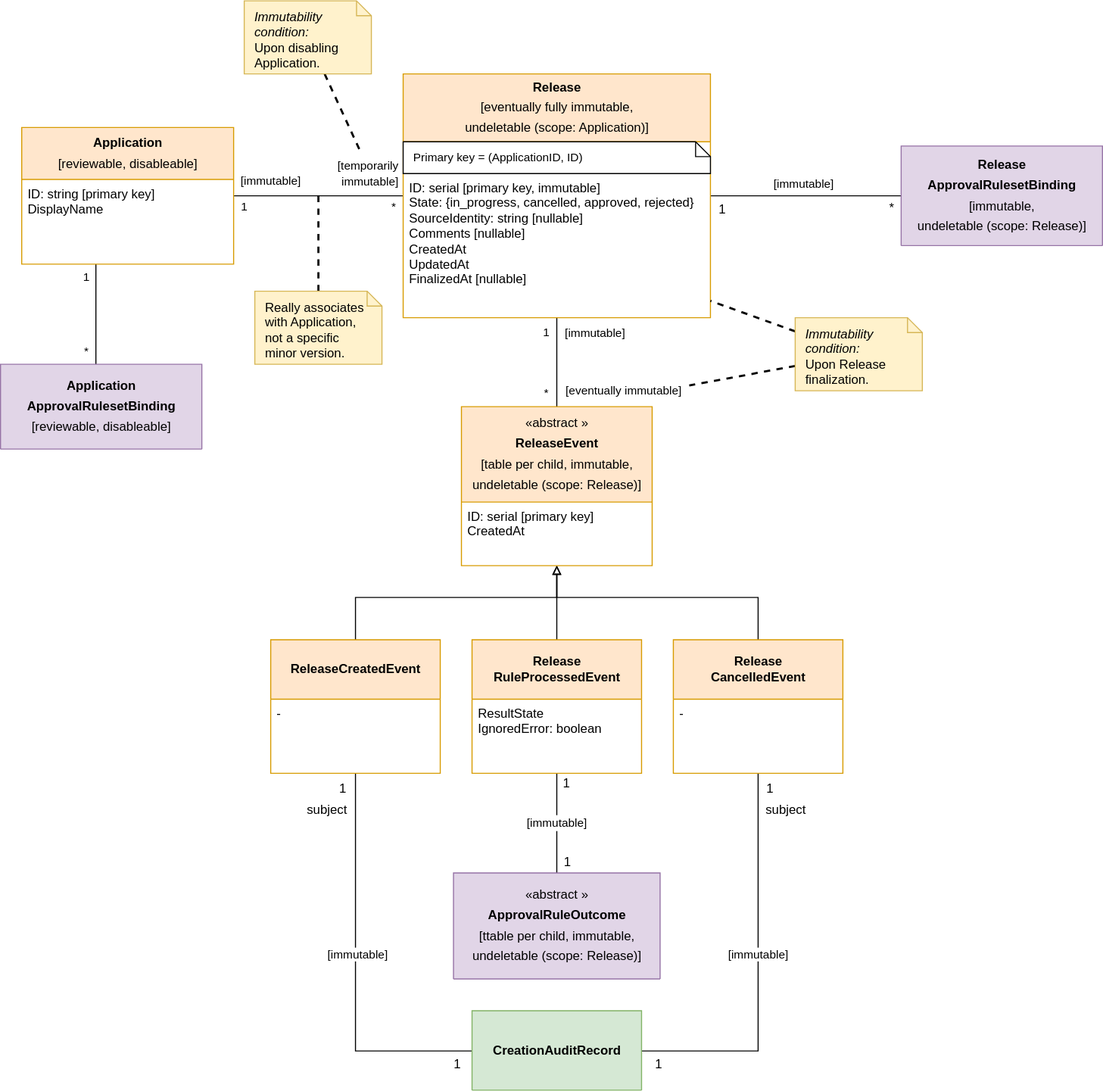
The draw.io diagram devdocs/applications-releases-and-related.drawio.svg in fullstaq-labs/sqedule, before a commit. Source tidied: cells renumbered, new cells last; positions are measured from the earlier drawing's top-left corner, leaving out a move shared by most shapes.
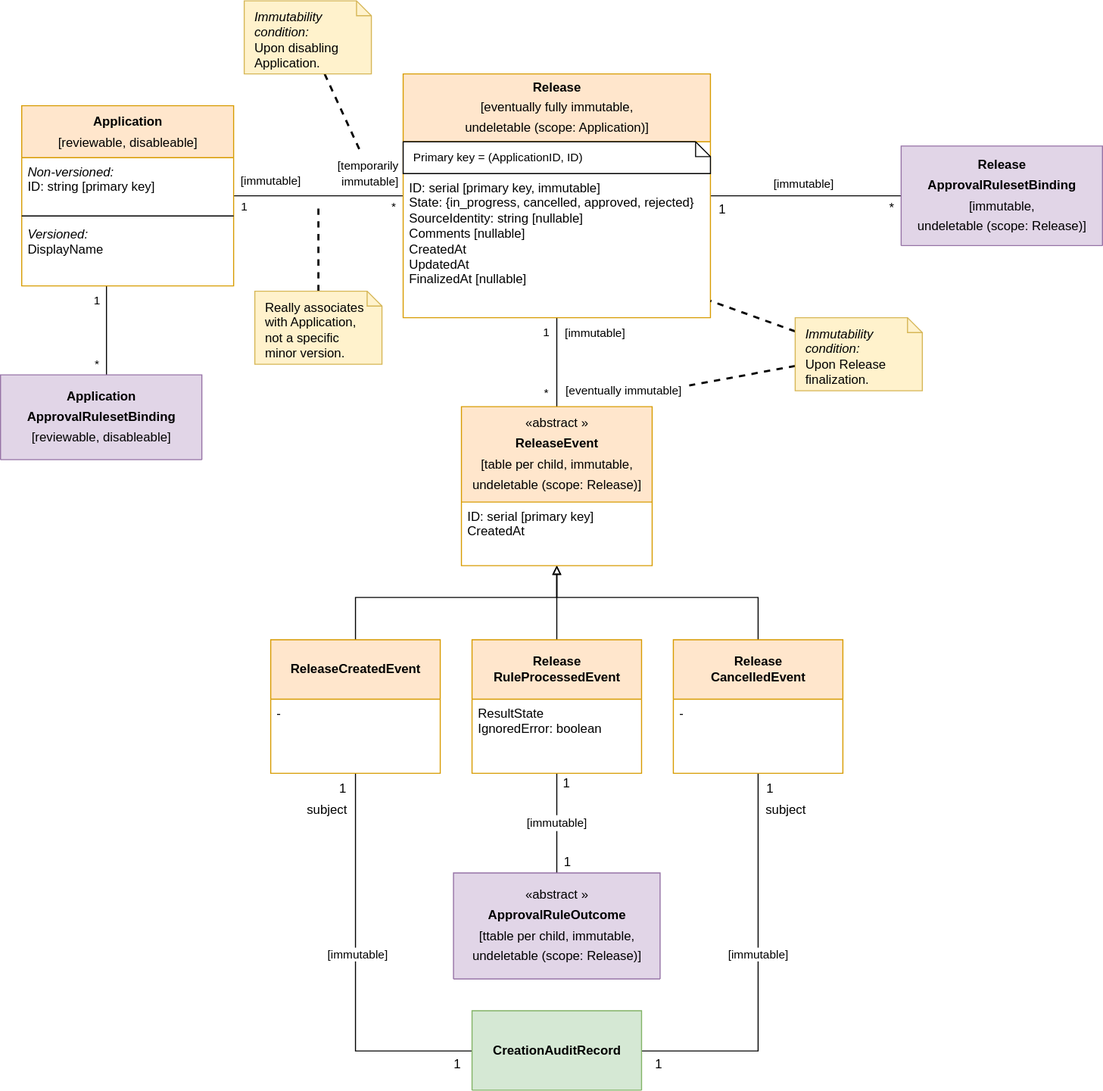
After the commit.

Commit message:
Clearly separate versioned and non-versioned fields in Reviewable's simple notation

Diff of the diagram source:
```diff
@@ -70,14 +70,14 @@
     <mxCell id="15" style="edgeStyle=orthogonalEdgeStyle;rounded=0;jettySize=auto;html=1;endArrow=none;endFill=0;strokeColor=#000000;strokeWidth=1;fontSize=11;" parent="1" edge="1" source="31" target="33">
       <mxGeometry relative="1" as="geometry">
         <Array as="points">
-          <mxPoint x="90" y="283" />
-          <mxPoint x="90" y="283" />
+          <mxPoint x="100" y="303" />
+          <mxPoint x="100" y="303" />
         </Array>
       </mxGeometry>
     </mxCell>
     <mxCell id="16" value="1" style="edgeLabel;html=1;align=center;verticalAlign=middle;fontSize=11;" parent="15" vertex="1">
       <mxGeometry x="-0.84" y="-3" relative="1" as="geometry">
-        <mxPoint x="-7" y="4" as="offset" />
+        <mxPoint x="-7" y="6" as="offset" />
       </mxGeometry>
     </mxCell>
     <mxCell id="17" value="*" style="edgeLabel;html=1;align=center;verticalAlign=middle;fontSize=11;" parent="15" vertex="1">
@@ -151,13 +151,19 @@
       </mxGeometry>
     </mxCell>
     <mxCell id="31" value="&lt;span style=&quot;line-height: 160%&quot;&gt;&lt;b&gt;Application&lt;/b&gt;&lt;br&gt;[reviewable, disableable]&lt;br&gt;&lt;/span&gt;" style="swimlane;fontStyle=0;horizontal=1;startSize=49;fillColor=#ffe6cc;strokeColor=#d79b00;swimlaneFillColor=#ffffff;gradientColor=none;html=1;" parent="1" vertex="1">
-      <mxGeometry x="20" y="119.5" width="200" height="129" as="geometry" />
+      <mxGeometry x="20" y="99" width="200" height="170" as="geometry" />
     </mxCell>
-    <mxCell id="32" value="ID: string [primary key]&#10;DisplayName" style="text;strokeColor=none;fillColor=none;align=left;verticalAlign=top;spacingLeft=4;spacingRight=4;overflow=hidden;whiteSpace=wrap;" parent="31" vertex="1">
-      <mxGeometry y="49" width="200" height="80" as="geometry" />
+    <mxCell id="32" value="&lt;i&gt;Non-versioned:&lt;/i&gt;&lt;br&gt;ID: string [primary key]" style="text;strokeColor=none;fillColor=none;align=left;verticalAlign=top;spacingLeft=4;spacingRight=4;overflow=hidden;whiteSpace=wrap;html=1;" parent="31" vertex="1">
+      <mxGeometry y="49" width="200" height="51" as="geometry" />
     </mxCell>
+    <mxCell id="59" style="line;strokeWidth=1;fillColor=none;align=left;verticalAlign=middle;spacingTop=-1;spacingLeft=3;spacingRight=3;labelPosition=right;" parent="31" vertex="1">
+      <mxGeometry y="100" width="200" height="8" as="geometry" />
+    </mxCell>
+    <mxCell id="60" value="&lt;i&gt;Versioned:&lt;/i&gt;&lt;br&gt;DisplayName" style="text;strokeColor=none;fillColor=none;align=left;verticalAlign=top;spacingLeft=4;spacingRight=4;overflow=hidden;whiteSpace=wrap;html=1;" parent="31" vertex="1">
+      <mxGeometry y="108" width="200" height="62" as="geometry" />
+    </mxCell>
     <mxCell id="33" value="&lt;p style=&quot;line-height: 160%&quot;&gt;Application&lt;br&gt;ApprovalRulesetBinding&lt;br&gt;&lt;span style=&quot;font-weight: normal&quot;&gt;[reviewable, disableable]&lt;/span&gt;&lt;/p&gt;" style="swimlane;fontStyle=1;horizontal=1;startSize=80;fillColor=#e1d5e7;strokeColor=#9673a6;swimlaneFillColor=#ffffff;html=1;" parent="1" vertex="1" collapsed="1">
-      <mxGeometry y="343" width="190" height="80" as="geometry" />
+      <mxGeometry y="353" width="190" height="80" as="geometry" />
     </mxCell>
     <mxCell id="34" value="ReleaseCreatedEvent" style="swimlane;fontStyle=1;horizontal=1;startSize=56;fillColor=#ffe6cc;shadow=0;glass=0;comic=0;html=1;strokeColor=#d79b00;swimlaneFillColor=#ffffff;gradientColor=none;" parent="1" vertex="1">
       <mxGeometry x="255" y="603" width="160" height="126" as="geometry" />
@@ -218,7 +224,7 @@
     </mxCell>
     <mxCell id="51" style="edgeStyle=orthogonalEdgeStyle;rounded=0;jettySize=auto;html=1;strokeWidth=2;dashed=1;endArrow=none;endFill=0;" parent="1" edge="1" source="52">
       <mxGeometry relative="1" as="geometry">
-        <mxPoint x="300" y="183" as="targetPoint" />
+        <mxPoint x="300" y="193" as="targetPoint" />
       </mxGeometry>
     </mxCell>
     <mxCell id="52" value="Really associates with Application, not a specific minor version." style="shape=note;whiteSpace=wrap;html=1;size=14;verticalAlign=top;align=left;spacingTop=-6;fontSize=12;spacing=10;fillColor=#fff2cc;strokeColor=#d6b656;sketch=0;" parent="1" vertex="1">
```
